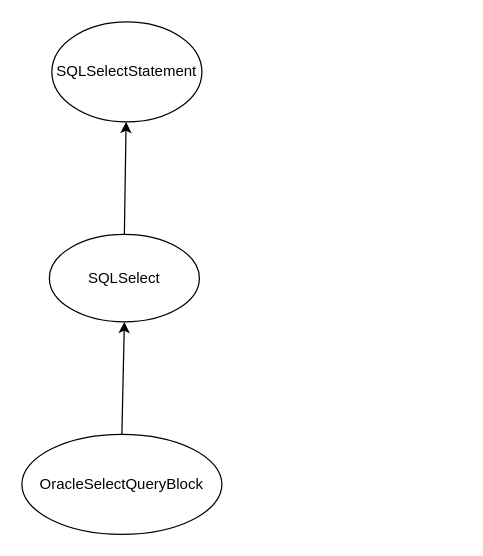
zjordon/learngit keeps this draw.io diagram as druid.drawio. Above is the earlier version. Source tidied: cells renumbered, new cells numbered last; positions are measured from the earlier drawing's top-left corner, leaving out a move shared by most shapes. Both pictures are drawn from the tidied source at 125%, with x=0, y=0 at pixel (21, 21).
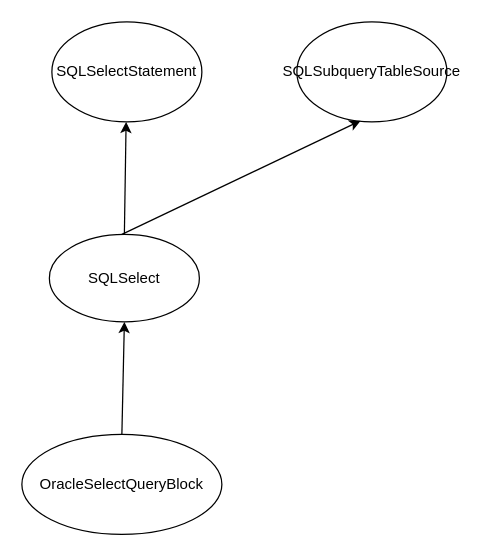
The same page after the edit.

Change to the diagram source:
```diff
@@
 <mxGraphModel>
   <root>
     <mxCell id="0" />
     <mxCell id="1" parent="0" />
     <mxCell id="2" value="SQLSelectStatement" style="ellipse;whiteSpace=wrap;html=1;" parent="1" vertex="1">
       <mxGeometry x="24" width="120" height="80" as="geometry" />
     </mxCell>
     <mxCell id="3" value="SQLSelect" style="ellipse;whiteSpace=wrap;html=1;" parent="1" vertex="1">
       <mxGeometry x="22" y="170" width="120" height="70" as="geometry" />
     </mxCell>
     <mxCell id="4" value="OracleSelectQueryBlock" style="ellipse;whiteSpace=wrap;html=1;" parent="1" vertex="1">
       <mxGeometry y="330" width="160" height="80" as="geometry" />
     </mxCell>
     <mxCell id="5" style="endArrow=classic;html=1;rounded=0;exitX=0.5;exitY=0;exitDx=0;exitDy=0;entryX=0.5;entryY=1;entryDx=0;entryDy=0;" parent="1" edge="1" source="4" target="3">
       <mxGeometry relative="1" as="geometry" />
     </mxCell>
     <mxCell id="6" style="endArrow=classic;html=1;rounded=0;exitX=0.5;exitY=0;exitDx=0;exitDy=0;" parent="1" edge="1" source="3" target="2">
       <mxGeometry relative="1" as="geometry" />
     </mxCell>
+    <mxCell id="7" value="SQLSubqueryTableSource" style="ellipse;whiteSpace=wrap;html=1;" parent="1" vertex="1">
+      <mxGeometry x="220" width="120" height="80" as="geometry" />
+    </mxCell>
+    <mxCell id="8" style="endArrow=classic;html=1;rounded=0;entryX=0.425;entryY=0.988;entryDx=0;entryDy=0;entryPerimeter=0;" parent="1" edge="1" target="7">
+      <mxGeometry relative="1" as="geometry">
+        <mxPoint x="80" y="170" as="sourcePoint" />
+      </mxGeometry>
+    </mxCell>
   </root>
 </mxGraphModel>
```
